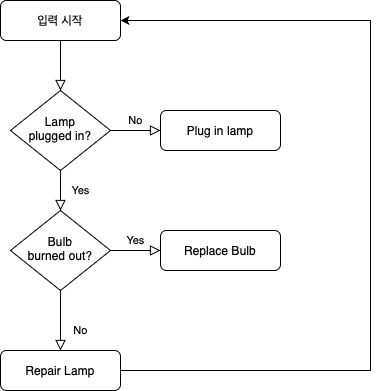
This is 제목 없는 다이어그램.drawio.png from revenantonthemission/CSE4100-Project-2, a draw.io export, as it was before one commit. Source tidied: cells renumbered, new cells last; positions are measured from the earlier drawing's top-left corner, leaving out a move shared by most shapes.
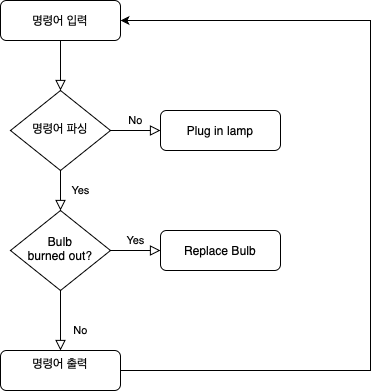
Above is the later version.

Commit message:
제목 없는 다이어그램.drawio.png 업데이트

Diff of the diagram source:
```diff
@@ -14,7 +14,7 @@
         </Array>
       </mxGeometry>
     </mxCell>
-    <mxCell id="4" value="입력 시작" style="rounded=1;whiteSpace=wrap;html=1;fontSize=12;glass=0;strokeWidth=1;shadow=0;" parent="1" vertex="1">
+    <mxCell id="4" value="명령어 입력" style="rounded=1;whiteSpace=wrap;html=1;fontSize=12;glass=0;strokeWidth=1;shadow=0;" parent="1" vertex="1">
       <mxGeometry width="120" height="40" as="geometry" />
     </mxCell>
     <mxCell id="5" value="Yes" style="rounded=0;html=1;jettySize=auto;fontSize=11;endArrow=block;endFill=0;endSize=8;strokeWidth=1;shadow=0;labelBackgroundColor=none;edgeStyle=orthogonalEdgeStyle;" parent="1" edge="1" source="7" target="11">
@@ -23,7 +23,7 @@
     <mxCell id="6" value="No" style="edgeStyle=orthogonalEdgeStyle;rounded=0;html=1;jettySize=auto;fontSize=11;endArrow=block;endFill=0;endSize=8;strokeWidth=1;shadow=0;labelBackgroundColor=none;" parent="1" edge="1" source="7" target="8">
       <mxGeometry y="10" relative="1" as="geometry" />
     </mxCell>
-    <mxCell id="7" value="Lamp&lt;br&gt;plugged in?" style="rhombus;whiteSpace=wrap;html=1;shadow=0;fontFamily=Helvetica;fontSize=12;align=center;strokeWidth=1;spacing=6;spacingTop=-4;" parent="1" vertex="1">
+    <mxCell id="7" value="명령어 파싱" style="rhombus;whiteSpace=wrap;html=1;shadow=0;fontFamily=Helvetica;fontSize=12;align=center;strokeWidth=1;spacing=6;spacingTop=-4;" parent="1" vertex="1">
       <mxGeometry x="10" y="90" width="100" height="80" as="geometry" />
     </mxCell>
     <mxCell id="8" value="Plug in lamp" style="rounded=1;whiteSpace=wrap;html=1;fontSize=12;glass=0;strokeWidth=1;shadow=0;" parent="1" vertex="1">
@@ -38,7 +38,7 @@
     <mxCell id="11" value="Bulb&lt;br&gt;burned out?" style="rhombus;whiteSpace=wrap;html=1;shadow=0;fontFamily=Helvetica;fontSize=12;align=center;strokeWidth=1;spacing=6;spacingTop=-4;" parent="1" vertex="1">
       <mxGeometry x="10" y="210" width="100" height="80" as="geometry" />
     </mxCell>
-    <mxCell id="12" value="Repair Lamp" style="rounded=1;whiteSpace=wrap;html=1;fontSize=12;glass=0;strokeWidth=1;shadow=0;" parent="1" vertex="1">
+    <mxCell id="12" value="명령어 출력&lt;div&gt;&lt;br&gt;&lt;/div&gt;" style="rounded=1;whiteSpace=wrap;html=1;fontSize=12;glass=0;strokeWidth=1;shadow=0;" parent="1" vertex="1">
       <mxGeometry y="350" width="120" height="40" as="geometry" />
     </mxCell>
     <mxCell id="13" value="Replace Bulb" style="rounded=1;whiteSpace=wrap;html=1;fontSize=12;glass=0;strokeWidth=1;shadow=0;" parent="1" vertex="1">
```
